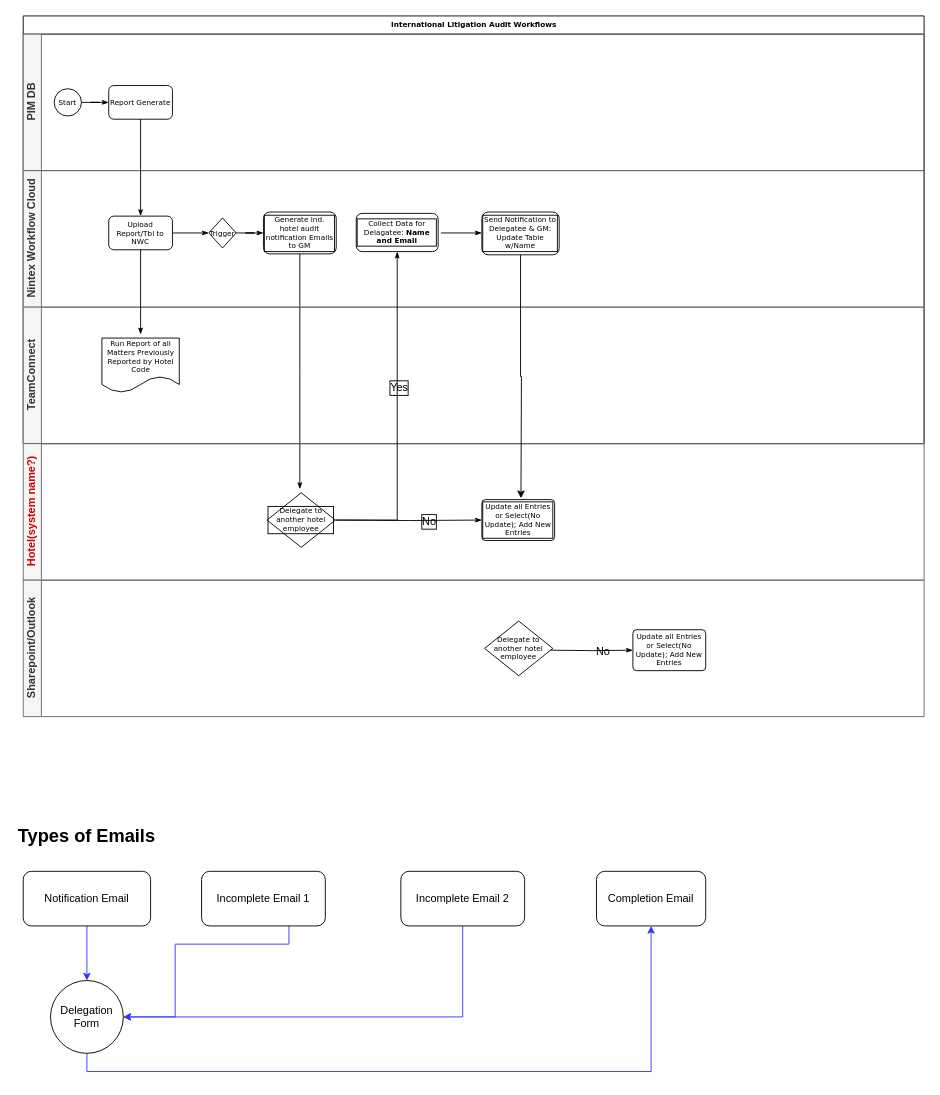
This is page "Data Flow" (1 of 4) of Nintex Workflow Cloud.drawio from ednat14/edna, a draw.io file, before an edit. Source tidied: cells renumbered, new cells numbered last; positions are measured from the earlier drawing's top-left corner, leaving out a move shared by most shapes. Both pictures are drawn from the tidied source at 91%, with x=0, y=0 at pixel (15, 15). Pictures stored in the file or linked from it are replaced by grey dashed boxes.
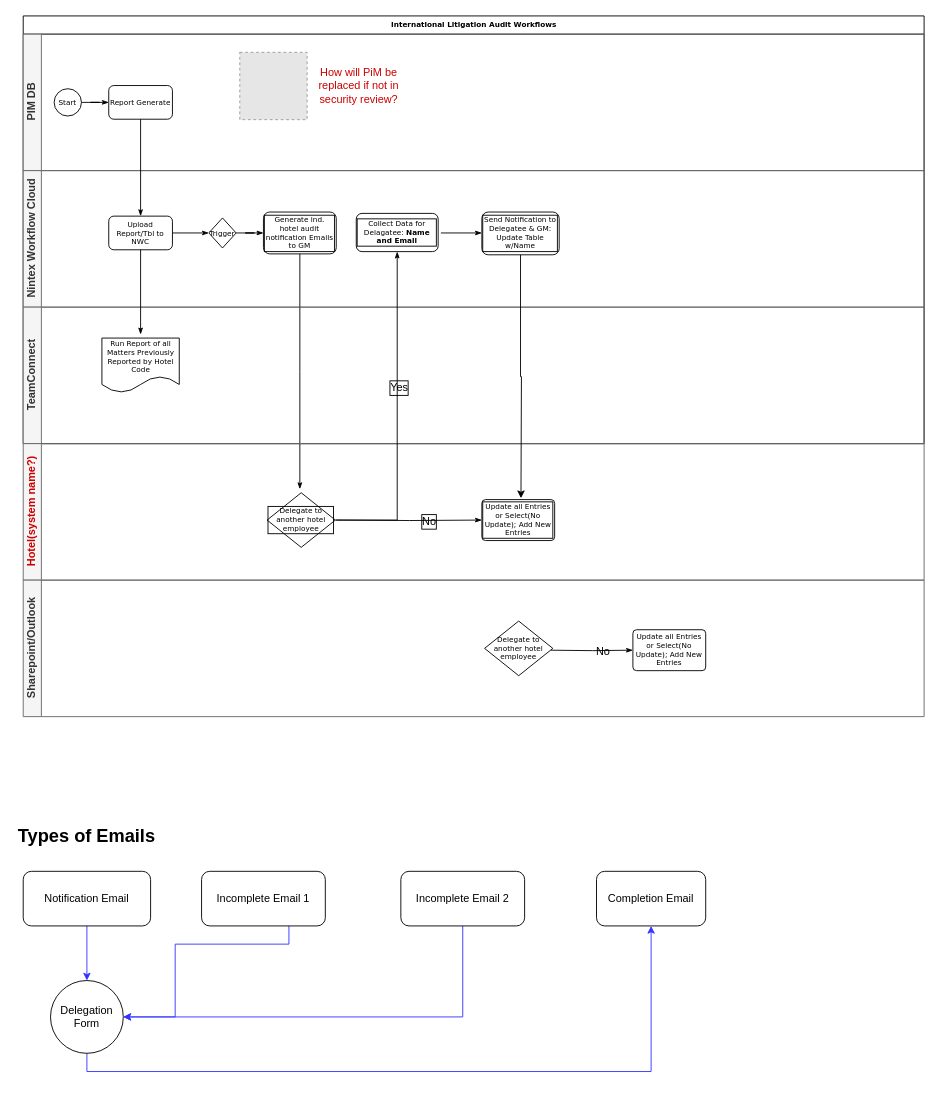
The same page after the edit.

Unchanged cells that the change refers to:
```xml
<mxCell id="3" value="PIM DB" style="swimlane;html=1;startSize=20;horizontal=0;fillColor=#f5f5f5;strokeColor=#666666;fontColor=#333333;" parent="2" vertex="1">
  <mxGeometry y="20" width="990" height="150" as="geometry" />
</mxCell>
```

Diff of the diagram source:
```diff
@@
+    <mxCell id="44" style="fillColor=#E6E6E6;strokeColor=#999999;dashed=1;html=1;verticalAlign=top;verticalLabelPosition=bottom;labelBackgroundColor=#ffffff;" parent="3" vertex="1">
+      <mxGeometry x="238" y="20" width="74" height="74" as="geometry" />
+    </mxCell>
+    <mxCell id="45" value="How will PiM be replaced if not in security review?" style="text;strokeColor=none;fillColor=none;align=center;verticalAlign=middle;whiteSpace=wrap;rounded=0;fontColor=#CC0000;" parent="3" vertex="1">
+      <mxGeometry x="304" y="27" width="130" height="60" as="geometry" />
+    </mxCell>
```
